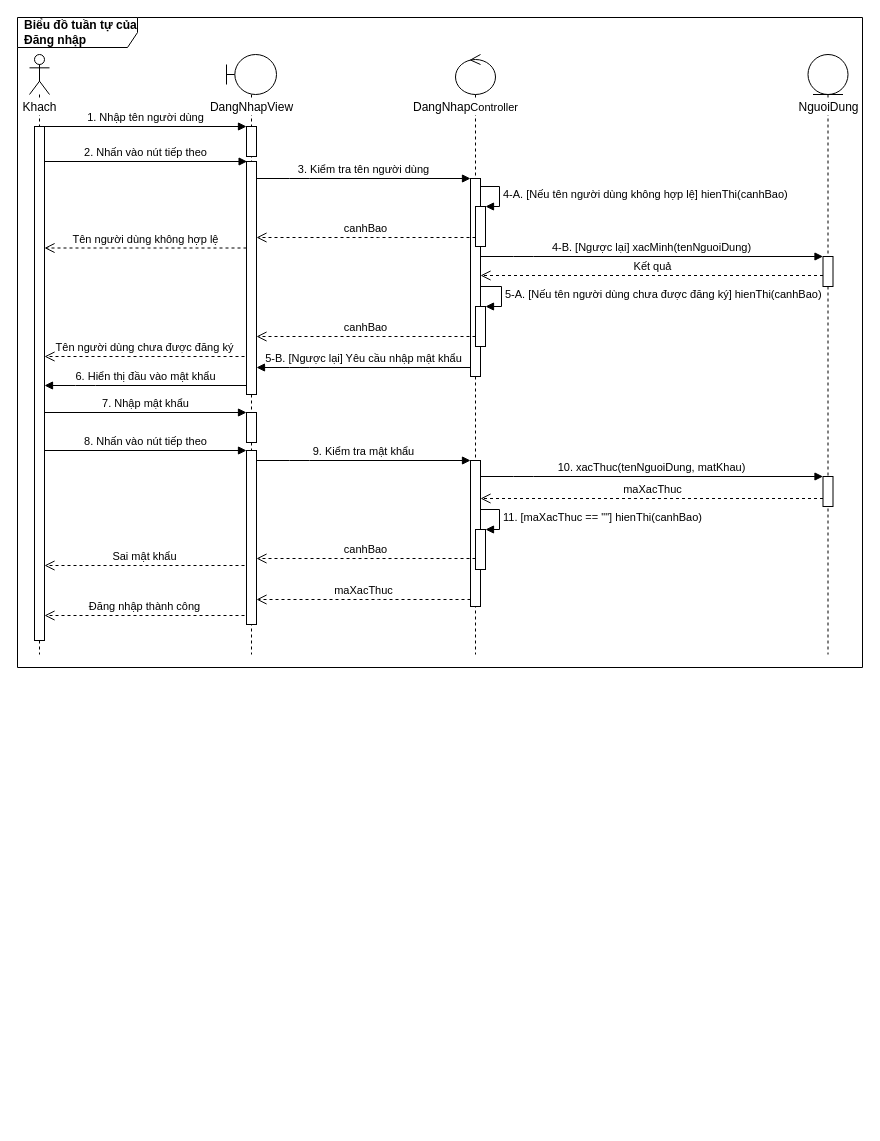
Above: page "Sequence" (1 of 4) of designs/luc.drawio in luclegen/medicine16 (draw.io), before the change. Source tidied: cells renumbered, new cells numbered last; positions are measured from the earlier drawing's top-left corner, leaving out a move shared by most shapes. Both pictures are drawn from the tidied source at 100%, with x=0, y=0 at pixel (17, 17).
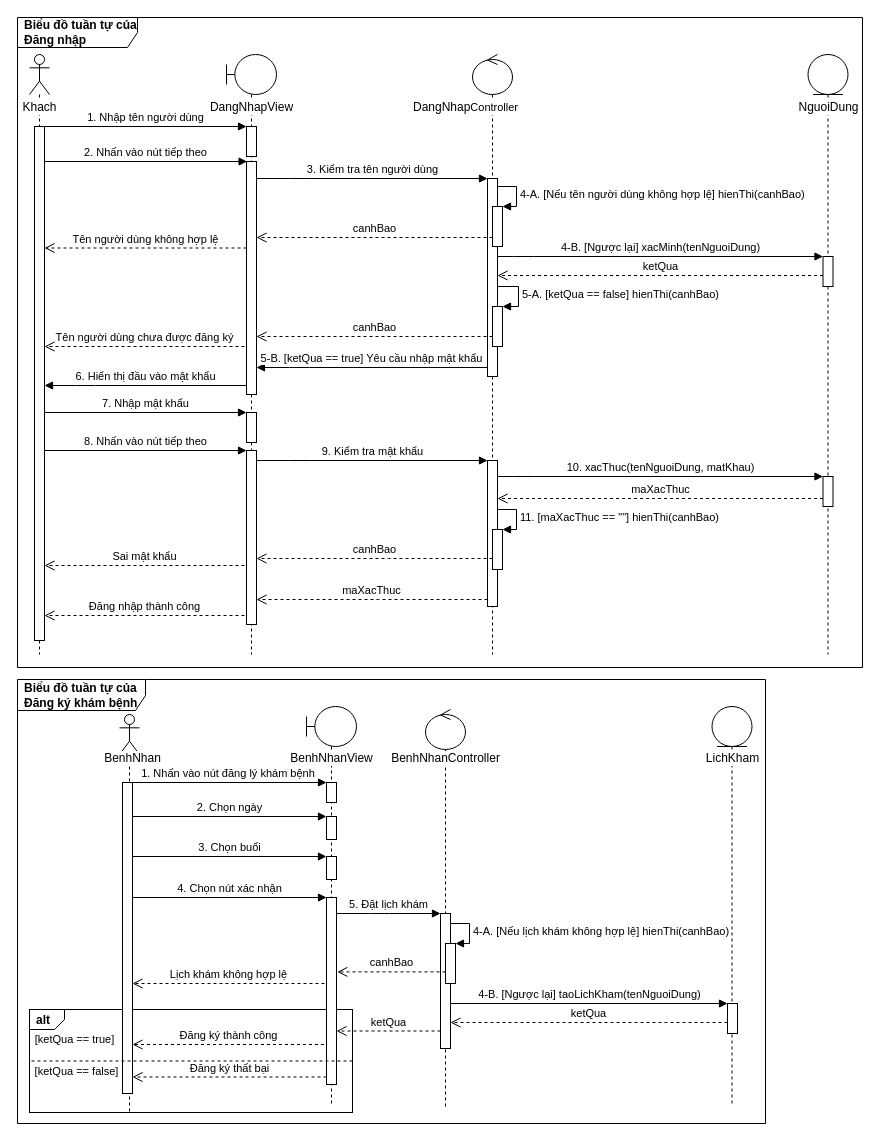
The same page after the edit.

Commit message:
Create Biểu đồ tuần tự của Đăng ký khám bệnh

Unchanged cells that the change refers to:
```xml
<mxCell id="13" style="html=1;points=[];perimeter=orthogonalPerimeter;" parent="1" vertex="1">
  <mxGeometry x="805.5" y="239" width="10" height="30" as="geometry" />
</mxCell>
<mxCell id="18" style="html=1;points=[];perimeter=orthogonalPerimeter;" parent="1" vertex="1">
  <mxGeometry x="17" y="109" width="10" height="514" as="geometry" />
</mxCell>
<mxCell id="40" style="html=1;points=[];perimeter=orthogonalPerimeter;" parent="1" vertex="1">
  <mxGeometry x="805.5" y="459" width="10" height="30" as="geometry" />
</mxCell>
```

What changed in the source:
```diff
@@
+    <mxCell id="46" value="&lt;b&gt;Biểu đồ tuần tự của Đăng ký khám bệnh&lt;/b&gt;" style="shape=umlFrame;whiteSpace=wrap;html=1;width=128;height=31;boundedLbl=1;verticalAlign=middle;align=left;spacingLeft=5;" parent="1" vertex="1">
+      <mxGeometry y="662" width="748" height="444" as="geometry" />
+    </mxCell>
+    <mxCell id="47" value="alt" style="strokeColor=inherit;fillColor=inherit;gradientColor=inherit;html=1;shape=mxgraph.sysml.package;labelX=35;fontStyle=1;align=left;verticalAlign=top;spacingLeft=5;spacingTop=-3;labelBackgroundColor=none;" parent="1" vertex="1">
+      <mxGeometry x="12" y="992" width="323" height="103" as="geometry" />
+    </mxCell>
@@
     <mxCell id="3" style="shape=umlLifeline;participant=umlControl;perimeter=lifelinePerimeter;whiteSpace=wrap;html=1;verticalAlign=top;spacingTop=36;" parent="1" vertex="1">
-      <mxGeometry x="438" y="37" width="40" height="600" as="geometry" />
+      <mxGeometry x="455" y="37" width="40" height="600" as="geometry" />
     </mxCell>
+    <mxCell id="38" value="11. [maXacThuc == &quot;&quot;] hienThi(canhBao)" style="edgeStyle=orthogonalEdgeStyle;html=1;align=left;spacingLeft=2;endArrow=block;rounded=0;entryX=1;entryY=0;" parent="3" edge="1" target="37">
+      <mxGeometry relative="1" as="geometry">
+        <mxPoint x="25" y="455" as="sourcePoint" />
+        <Array as="points">
+          <mxPoint x="44" y="455" />
+          <mxPoint x="44" y="475" />
+        </Array>
+      </mxGeometry>
+    </mxCell>
+    <mxCell id="36" style="html=1;points=[];perimeter=orthogonalPerimeter;" parent="3" vertex="1">
+      <mxGeometry x="15" y="406" width="10" height="146" as="geometry" />
+    </mxCell>
+    <mxCell id="37" style="html=1;points=[];perimeter=orthogonalPerimeter;labelBackgroundColor=#FFFFFF;" parent="3" vertex="1">
+      <mxGeometry x="20" y="475" width="10" height="40" as="geometry" />
+    </mxCell>
@@
     <mxCell id="9" style="html=1;points=[];perimeter=orthogonalPerimeter;" parent="1" vertex="1">
-      <mxGeometry x="453" y="161" width="10" height="198" as="geometry" />
+      <mxGeometry x="470" y="161" width="10" height="198" as="geometry" />
     </mxCell>
@@
-    <mxCell id="20" value="4-B. [Ngược lại] xacMinh(tenNguoiDung)" style="html=1;verticalAlign=bottom;endArrow=block;" parent="1" edge="1" target="13">
+    <mxCell id="20" value="4-B. [Ngược lại] xacMinh(tenNguoiDung)" style="html=1;verticalAlign=bottom;endArrow=block;" parent="1" edge="1" source="9" target="13">
       <mxGeometry relative="1" as="geometry">
-        <mxPoint x="463" y="239" as="sourcePoint" />
         <Array as="points">
           <mxPoint x="506" y="239" />
         </Array>
       </mxGeometry>
     </mxCell>
     <mxCell id="21" style="html=1;points=[];perimeter=orthogonalPerimeter;labelBackgroundColor=#FFFFFF;" parent="1" vertex="1">
-      <mxGeometry x="458" y="189" width="10" height="40" as="geometry" />
+      <mxGeometry x="475" y="189" width="10" height="40" as="geometry" />
     </mxCell>
     <mxCell id="22" value="4-A. [Nếu tên người dùng không hợp lệ] hienThi(canhBao)" style="edgeStyle=orthogonalEdgeStyle;html=1;align=left;spacingLeft=2;endArrow=block;rounded=0;entryX=1;entryY=0;" parent="1" edge="1" target="21">
       <mxGeometry relative="1" as="geometry">
-        <mxPoint x="463" y="169" as="sourcePoint" />
+        <mxPoint x="480" y="169" as="sourcePoint" />
         <Array as="points">
-          <mxPoint x="482" y="169" />
-          <mxPoint x="482" y="189" />
+          <mxPoint x="499" y="169" />
+          <mxPoint x="499" y="189" />
         </Array>
       </mxGeometry>
     </mxCell>
@@
-    <mxCell id="25" value="Kết quả" style="html=1;verticalAlign=bottom;endArrow=open;dashed=1;endSize=8;" parent="1" edge="1">
+    <mxCell id="25" value="ketQua" style="html=1;verticalAlign=bottom;endArrow=open;dashed=1;endSize=8;" parent="1" edge="1" target="9">
       <mxGeometry relative="1" as="geometry">
         <mxPoint x="805.5" y="258" as="sourcePoint" />
-        <mxPoint x="463" y="258" as="targetPoint" />
         <Array as="points">
           <mxPoint x="558.5" y="258" />
         </Array>
       </mxGeometry>
     </mxCell>
     <mxCell id="26" style="html=1;points=[];perimeter=orthogonalPerimeter;labelBackgroundColor=#FFFFFF;" parent="1" vertex="1">
-      <mxGeometry x="458" y="289" width="10" height="40" as="geometry" />
+      <mxGeometry x="475" y="289" width="10" height="40" as="geometry" />
     </mxCell>
-    <mxCell id="27" value="5-A. [Nếu tên người dùng chưa được đăng ký] hienThi(canhBao)" style="edgeStyle=orthogonalEdgeStyle;html=1;align=left;spacingLeft=2;endArrow=block;rounded=0;entryX=1;entryY=0;" parent="1" edge="1" target="26">
+    <mxCell id="27" value="5-A. [&lt;span style=&quot;text-align: center&quot;&gt;ketQua == false&lt;/span&gt;] hienThi(canhBao)" style="edgeStyle=orthogonalEdgeStyle;html=1;align=left;spacingLeft=2;endArrow=block;rounded=0;entryX=1;entryY=0;" parent="1" edge="1" target="26">
       <mxGeometry relative="1" as="geometry">
-        <mxPoint x="463" y="269" as="sourcePoint" />
+        <mxPoint x="480" y="269" as="sourcePoint" />
         <Array as="points">
-          <mxPoint x="484" y="269" />
-          <mxPoint x="484" y="289" />
+          <mxPoint x="501" y="269" />
+          <mxPoint x="501" y="289" />
         </Array>
       </mxGeometry>
     </mxCell>
@@
-    <mxCell id="29" value="5-B. [Ngược lại] Yêu cầu nhập mật khẩu" style="html=1;verticalAlign=bottom;endArrow=block;" parent="1" edge="1" source="9">
+    <mxCell id="29" value="5-B. [ketQua == true] Yêu cầu nhập mật khẩu" style="html=1;verticalAlign=bottom;endArrow=block;" parent="1" edge="1" source="9">
       <mxGeometry relative="1" as="geometry">
         <mxPoint x="239" y="350" as="targetPoint" />
         <Array as="points">
           <mxPoint x="282" y="350" />
         </Array>
       </mxGeometry>
     </mxCell>
@@
-    <mxCell id="31" value="&lt;span style=&quot;text-align: left&quot;&gt;Tên người dùng chưa được đăng ký&lt;/span&gt;" style="html=1;verticalAlign=bottom;endArrow=open;dashed=1;endSize=8;" parent="1" edge="1" target="18">
+    <mxCell id="31" value="&lt;span style=&quot;text-align: left&quot;&gt;Tên người dùng chưa được đăng ký&lt;/span&gt;" style="html=1;verticalAlign=bottom;endArrow=open;dashed=1;endSize=8;" parent="1" edge="1">
       <mxGeometry relative="1" as="geometry">
-        <mxPoint x="227" y="339" as="sourcePoint" />
+        <mxPoint x="227" y="329" as="sourcePoint" />
+        <mxPoint x="27" y="329" as="targetPoint" />
       </mxGeometry>
     </mxCell>
@@
-    <mxCell id="36" style="html=1;points=[];perimeter=orthogonalPerimeter;" parent="1" vertex="1">
-      <mxGeometry x="453" y="443" width="10" height="146" as="geometry" />
-    </mxCell>
-    <mxCell id="37" style="html=1;points=[];perimeter=orthogonalPerimeter;labelBackgroundColor=#FFFFFF;" parent="1" vertex="1">
-      <mxGeometry x="458" y="512" width="10" height="40" as="geometry" />
-    </mxCell>
-    <mxCell id="38" value="11. [maXacThuc == &quot;&quot;] hienThi(canhBao)" style="edgeStyle=orthogonalEdgeStyle;html=1;align=left;spacingLeft=2;endArrow=block;rounded=0;entryX=1;entryY=0;" parent="1" edge="1" target="37">
-      <mxGeometry relative="1" as="geometry">
-        <mxPoint x="463" y="492" as="sourcePoint" />
-        <Array as="points">
-          <mxPoint x="482" y="492" />
-          <mxPoint x="482" y="512" />
-        </Array>
-      </mxGeometry>
-    </mxCell>
@@
-    <mxCell id="41" value="10. xacThuc(tenNguoiDung, matKhau)" style="html=1;verticalAlign=bottom;endArrow=block;" parent="1" edge="1" target="40">
+    <mxCell id="41" value="10. xacThuc(tenNguoiDung, matKhau)" style="html=1;verticalAlign=bottom;endArrow=block;" parent="1" edge="1" source="36" target="40">
       <mxGeometry relative="1" as="geometry">
-        <mxPoint x="463" y="459" as="sourcePoint" />
         <Array as="points">
           <mxPoint x="506" y="459" />
         </Array>
       </mxGeometry>
     </mxCell>
@@
-    <mxCell id="43" value="&lt;span style=&quot;text-align: left&quot;&gt;canhBao&lt;/span&gt;" style="html=1;verticalAlign=bottom;endArrow=open;dashed=1;endSize=8;" parent="1" edge="1">
+    <mxCell id="43" value="&lt;span style=&quot;text-align: left&quot;&gt;canhBao&lt;/span&gt;" style="html=1;verticalAlign=bottom;endArrow=open;dashed=1;endSize=8;" parent="1" edge="1" source="37">
       <mxGeometry relative="1" as="geometry">
-        <mxPoint x="458" y="541" as="sourcePoint" />
         <mxPoint x="239" y="541" as="targetPoint" />
         <Array as="points">
           <mxPoint x="361" y="541" />
         </Array>
       </mxGeometry>
     </mxCell>
-    <mxCell id="44" value="&lt;span style=&quot;text-align: left&quot;&gt;maXacThuc&lt;/span&gt;" style="html=1;verticalAlign=bottom;endArrow=open;dashed=1;endSize=8;" parent="1" edge="1">
+    <mxCell id="44" value="&lt;span style=&quot;text-align: left&quot;&gt;maXacThuc&lt;/span&gt;" style="html=1;verticalAlign=bottom;endArrow=open;dashed=1;endSize=8;" parent="1" edge="1" source="36">
       <mxGeometry relative="1" as="geometry">
-        <mxPoint x="453" y="582" as="sourcePoint" />
         <mxPoint x="239" y="582" as="targetPoint" />
         <Array as="points">
           <mxPoint x="371" y="582" />
         </Array>
       </mxGeometry>
     </mxCell>
@@
+    <mxCell id="48" style="shape=umlLifeline;participant=umlActor;perimeter=lifelinePerimeter;whiteSpace=wrap;html=1;verticalAlign=top;spacingTop=36;" parent="1" vertex="1">
+      <mxGeometry x="102" y="697" width="20" height="400" as="geometry" />
+    </mxCell>
+    <mxCell id="49" style="html=1;points=[];perimeter=orthogonalPerimeter;" parent="48" vertex="1">
+      <mxGeometry x="3" y="68" width="10" height="311" as="geometry" />
+    </mxCell>
+    <mxCell id="50" style="shape=umlLifeline;participant=umlBoundary;perimeter=lifelinePerimeter;whiteSpace=wrap;html=1;verticalAlign=top;spacingTop=36;" parent="1" vertex="1">
+      <mxGeometry x="289" y="689" width="50" height="400" as="geometry" />
+    </mxCell>
+    <mxCell id="51" style="html=1;perimeter=orthogonalPerimeter;" parent="50" vertex="1">
+      <mxGeometry x="20" y="76" width="10" height="20" as="geometry" />
+    </mxCell>
+    <mxCell id="52" style="html=1;perimeter=orthogonalPerimeter;" parent="50" vertex="1">
+      <mxGeometry x="20" y="110" width="10" height="23" as="geometry" />
+    </mxCell>
+    <mxCell id="53" style="html=1;perimeter=orthogonalPerimeter;" parent="50" vertex="1">
+      <mxGeometry x="20" y="150" width="10" height="23" as="geometry" />
+    </mxCell>
+    <mxCell id="54" style="html=1;perimeter=orthogonalPerimeter;" parent="50" vertex="1">
+      <mxGeometry x="20" y="191" width="10" height="187" as="geometry" />
+    </mxCell>
+    <mxCell id="55" style="shape=umlLifeline;participant=umlControl;perimeter=lifelinePerimeter;whiteSpace=wrap;html=1;verticalAlign=top;spacingTop=36;" parent="1" vertex="1">
+      <mxGeometry x="408" y="692" width="40" height="400" as="geometry" />
+    </mxCell>
+    <mxCell id="56" style="html=1;points=[];perimeter=orthogonalPerimeter;" parent="55" vertex="1">
+      <mxGeometry x="15" y="204" width="10" height="135" as="geometry" />
+    </mxCell>
+    <mxCell id="57" style="shape=umlLifeline;participant=umlEntity;perimeter=lifelinePerimeter;whiteSpace=wrap;html=1;verticalAlign=top;spacingTop=36;" parent="1" vertex="1">
+      <mxGeometry x="694.5" y="689" width="40" height="400" as="geometry" />
+    </mxCell>
+    <mxCell id="58" value="1. Nhấn vào nút đăng lý khám bệnh&amp;nbsp;" style="html=1;verticalAlign=bottom;endArrow=block;" parent="1" edge="1" source="49">
+      <mxGeometry relative="1" as="geometry">
+        <mxPoint x="309" y="765" as="targetPoint" />
+      </mxGeometry>
+    </mxCell>
+    <mxCell id="59" value="BenhNhan" style="text;html=1;align=center;verticalAlign=middle;strokeColor=none;labelBackgroundColor=#FFFFFF;" parent="1" vertex="1">
+      <mxGeometry x="82" y="732" width="66" height="18" as="geometry" />
+    </mxCell>
+    <mxCell id="60" value="BenhNhanView" style="text;html=1;align=center;verticalAlign=middle;strokeColor=none;labelBackgroundColor=#FFFFFF;" parent="1" vertex="1">
+      <mxGeometry x="267.5" y="732" width="93" height="18" as="geometry" />
+    </mxCell>
+    <mxCell id="61" value="BenhNhanController" style="text;html=1;align=center;verticalAlign=middle;strokeColor=none;labelBackgroundColor=#FFFFFF;" parent="1" vertex="1">
+      <mxGeometry x="369" y="732" width="118" height="18" as="geometry" />
+    </mxCell>
+    <mxCell id="62" value="LichKham" style="text;html=1;align=center;verticalAlign=middle;strokeColor=none;labelBackgroundColor=#FFFFFF;" parent="1" vertex="1">
+      <mxGeometry x="683" y="732" width="63" height="18" as="geometry" />
+    </mxCell>
+    <mxCell id="63" value="2. Chọn ngày" style="html=1;verticalAlign=bottom;endArrow=block;" parent="1" edge="1">
+      <mxGeometry relative="1" as="geometry">
+        <mxPoint x="115" y="799" as="sourcePoint" />
+        <mxPoint x="309" y="799" as="targetPoint" />
+      </mxGeometry>
+    </mxCell>
+    <mxCell id="64" value="3. Chọn buổi" style="html=1;verticalAlign=bottom;endArrow=block;" parent="1" edge="1" source="49">
+      <mxGeometry relative="1" as="geometry">
+        <mxPoint x="309" y="839" as="targetPoint" />
+      </mxGeometry>
+    </mxCell>
+    <mxCell id="65" value="4. Chọn nút xác nhận" style="html=1;verticalAlign=bottom;endArrow=block;" parent="1" edge="1" source="49">
+      <mxGeometry relative="1" as="geometry">
+        <mxPoint x="309" y="880" as="targetPoint" />
+      </mxGeometry>
+    </mxCell>
+    <mxCell id="66" value="5. Đặt lịch khám" style="html=1;verticalAlign=bottom;endArrow=block;" parent="1" edge="1" target="56">
+      <mxGeometry relative="1" as="geometry">
+        <mxPoint x="319" y="896" as="sourcePoint" />
+        <Array as="points">
+          <mxPoint x="362" y="896" />
+        </Array>
+      </mxGeometry>
+    </mxCell>
+    <mxCell id="67" style="html=1;points=[];perimeter=orthogonalPerimeter;labelBackgroundColor=#FFFFFF;" parent="1" vertex="1">
+      <mxGeometry x="428" y="926" width="10" height="40" as="geometry" />
+    </mxCell>
+    <mxCell id="68" value="4-A. [Nếu lịch khám không hợp lệ] hienThi(canhBao)" style="edgeStyle=orthogonalEdgeStyle;html=1;align=left;spacingLeft=2;endArrow=block;rounded=0;entryX=1;entryY=0;" parent="1" edge="1" target="67">
+      <mxGeometry relative="1" as="geometry">
+        <mxPoint x="433" y="906" as="sourcePoint" />
+        <Array as="points">
+          <mxPoint x="452" y="906" />
+          <mxPoint x="452" y="926" />
+        </Array>
+      </mxGeometry>
+    </mxCell>
+    <mxCell id="69" value="&lt;div style=&quot;text-align: left&quot;&gt;Lịch khám không hợp lệ&lt;/div&gt;" style="html=1;verticalAlign=bottom;endArrow=open;dashed=1;endSize=8;" parent="1" edge="1" target="49">
+      <mxGeometry relative="1" as="geometry">
+        <mxPoint x="307" y="966" as="sourcePoint" />
+      </mxGeometry>
+    </mxCell>
+    <mxCell id="70" value="4-B. [Ngược lại] taoLichKham(tenNguoiDung)" style="html=1;verticalAlign=bottom;endArrow=block;" parent="1" edge="1" source="56" target="71">
+      <mxGeometry relative="1" as="geometry" />
+    </mxCell>
+    <mxCell id="71" style="html=1;points=[];perimeter=orthogonalPerimeter;" parent="1" vertex="1">
+      <mxGeometry x="710" y="986" width="10" height="30" as="geometry" />
+    </mxCell>
+    <mxCell id="72" value="ketQua" style="html=1;verticalAlign=bottom;endArrow=open;dashed=1;endSize=8;" parent="1" edge="1" source="71" target="56">
+      <mxGeometry relative="1" as="geometry">
+        <Array as="points">
+          <mxPoint x="639" y="1005" />
+        </Array>
+      </mxGeometry>
+    </mxCell>
+    <mxCell id="73" style="strokeColor=inherit;fillColor=inherit;gradientColor=inherit;endArrow=none;html=1;edgeStyle=none;dashed=1;exitX=1;exitY=0.5;exitDx=0;exitDy=0;exitPerimeter=0;entryX=0;entryY=0.5;entryDx=0;entryDy=0;entryPerimeter=0;" parent="1" edge="1" source="47" target="47">
+      <mxGeometry relative="1" as="geometry" />
+    </mxCell>
+    <mxCell id="74" value="&lt;div style=&quot;text-align: left&quot;&gt;Đăng ký thành công&lt;/div&gt;" style="html=1;verticalAlign=bottom;endArrow=open;dashed=1;endSize=8;" parent="1" edge="1" target="49">
+      <mxGeometry relative="1" as="geometry">
+        <mxPoint x="306.5" y="1027" as="sourcePoint" />
+      </mxGeometry>
+    </mxCell>
+    <mxCell id="75" value="&lt;span style=&quot;font-size: 11px&quot;&gt;[&lt;/span&gt;&lt;span style=&quot;font-size: 11px&quot;&gt;ketQua ==&lt;/span&gt;&lt;span style=&quot;font-size: 11px&quot;&gt;&amp;nbsp;true]&lt;/span&gt;" style="text;html=1;align=center;verticalAlign=middle;strokeColor=none;" parent="1" vertex="1">
+      <mxGeometry x="12" y="1012" width="89" height="19" as="geometry" />
+    </mxCell>
+    <mxCell id="76" value="&lt;span style=&quot;font-size: 11px&quot;&gt;[ketQua ==&lt;/span&gt;&lt;span style=&quot;font-size: 11px&quot;&gt;&amp;nbsp;false]&lt;/span&gt;" style="text;html=1;align=center;verticalAlign=middle;strokeColor=none;" parent="1" vertex="1">
+      <mxGeometry x="12" y="1044" width="93" height="19" as="geometry" />
+    </mxCell>
+    <mxCell id="77" value="&lt;div style=&quot;text-align: left&quot;&gt;Đăng ký thất bại&lt;/div&gt;" style="html=1;verticalAlign=bottom;endArrow=open;dashed=1;endSize=8;" parent="1" edge="1">
+      <mxGeometry relative="1" as="geometry">
+        <mxPoint x="309" y="1059.5" as="sourcePoint" />
+        <mxPoint x="115" y="1059.5" as="targetPoint" />
+      </mxGeometry>
+    </mxCell>
+    <mxCell id="78" value="&lt;span style=&quot;text-align: left&quot;&gt;canhBao&lt;/span&gt;" style="html=1;verticalAlign=bottom;endArrow=open;dashed=1;endSize=8;entryX=1.077;entryY=0.398;entryDx=0;entryDy=0;entryPerimeter=0;" parent="1" edge="1">
+      <mxGeometry relative="1" as="geometry">
+        <mxPoint x="428" y="954.4" as="sourcePoint" />
+        <mxPoint x="319.8" y="954.4" as="targetPoint" />
+      </mxGeometry>
+    </mxCell>
+    <mxCell id="79" value="ketQua" style="html=1;verticalAlign=bottom;endArrow=open;dashed=1;endSize=8;" parent="1" edge="1">
+      <mxGeometry relative="1" as="geometry">
+        <mxPoint x="423" y="1013.5" as="sourcePoint" />
+        <mxPoint x="319" y="1013.5" as="targetPoint" />
+      </mxGeometry>
+    </mxCell>
```
